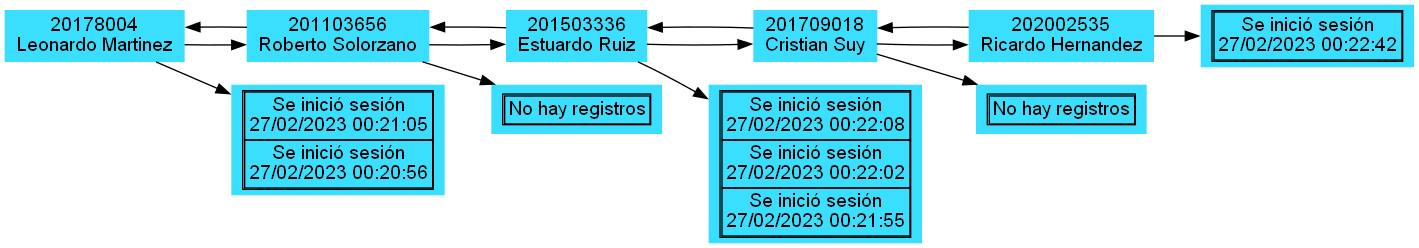
This is EDD_Proyecto1_Fase1/Estudiantes(Doble Enlazada).png from robinbuezo11/EDD_1S2023_PY_201944994, a Graphviz export, as it was before one commit. Its source is kept beside it as EDD_Proyecto1_Fase1/Estudiantes(Doble Enlazada).dot.
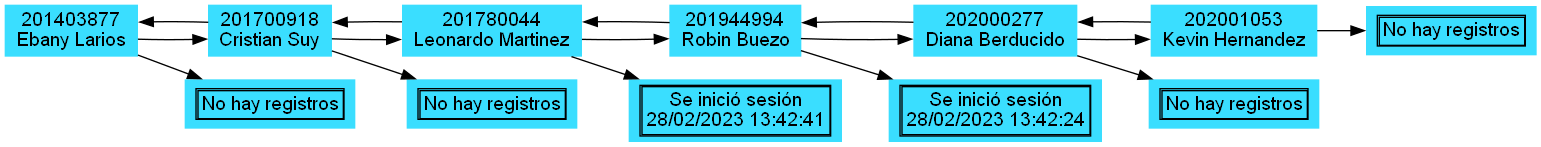
After the change.

The edit, as a diff of the source:
```diff
@@ -1,24 +1,24 @@
 digraph G {
 node[shape=rectangle style=filled pencolor="#00000" color="#3ADEFF" fontname="Helvetica,Arial"];
 rankdir=LR;
-N0[label="20178004\nLeonardo Martinez"];
-N1[label="201103656\nRoberto Solorzano"];
-N2[label="201503336\nEstuardo Ruiz"];
-N3[label="201709018\nCristian Suy"];
-N4[label="202002535\nRicardo Hernandez"];
-B0[label=<<table cellspacing="0"><tr><td>Se inició sesión<br/>27/02/2023 00:21:05</td></tr>
-<tr><td>Se inició sesión<br/>27/02/2023 00:20:56</td></tr></table>>]
+N0[label="201403877\nEbany Larios"];
+N1[label="201700918\nCristian Suy"];
+N2[label="201780044\nLeonardo Martinez"];
+N3[label="201944994\nRobin Buezo"];
+N4[label="202000277\nDiana Berducido"];
+N5[label="202001053\nKevin Hernandez"];
+B0[label=<<table cellspacing="0"><tr><td>No hay registros</td></tr></table>>]
 B1[label=<<table cellspacing="0"><tr><td>No hay registros</td></tr></table>>]
-B2[label=<<table cellspacing="0"><tr><td>Se inició sesión<br/>27/02/2023 00:22:08</td></tr>
-<tr><td>Se inició sesión<br/>27/02/2023 00:22:02</td></tr>
-<tr><td>Se inició sesión<br/>27/02/2023 00:21:55</td></tr></table>>]
-B3[label=<<table cellspacing="0"><tr><td>No hay registros</td></tr></table>>]
-B4[label=<<table cellspacing="0"><tr><td>Se inició sesión<br/>27/02/2023 00:22:42</td></tr></table>>]
-N0->N1->N2->N3->N4
-N4->N3->N2->N1->N0
+B2[label=<<table cellspacing="0"><tr><td>Se inició sesión<br/>28/02/2023 13:42:41</td></tr></table>>]
+B3[label=<<table cellspacing="0"><tr><td>Se inició sesión<br/>28/02/2023 13:42:24</td></tr></table>>]
+B4[label=<<table cellspacing="0"><tr><td>No hay registros</td></tr></table>>]
+B5[label=<<table cellspacing="0"><tr><td>No hay registros</td></tr></table>>]
+N0->N1->N2->N3->N4->N5
+N5->N4->N3->N2->N1->N0
 N0-> B0
 N1-> B1
 N2-> B2
 N3-> B3
 N4-> B4
+N5-> B5
 }
```
